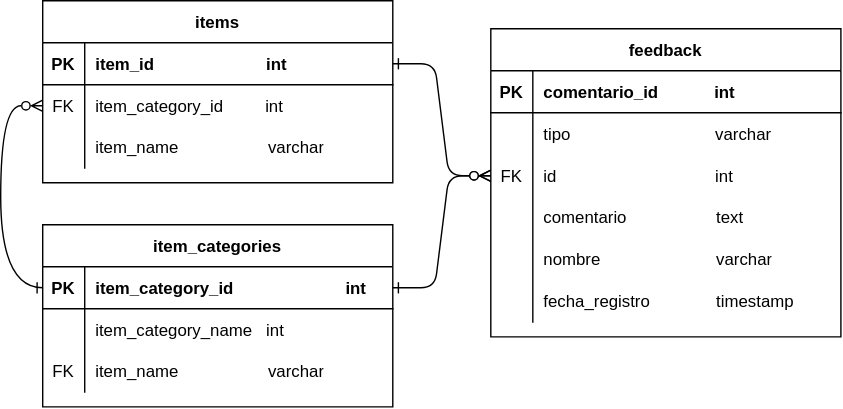
Earlier version of the draw.io export imgs/feedback-ERD.svg (feli-p/sales-predictions-1c). Source tidied: cells renumbered, new cells last; positions are measured from the earlier drawing's top-left corner, leaving out a move shared by most shapes.
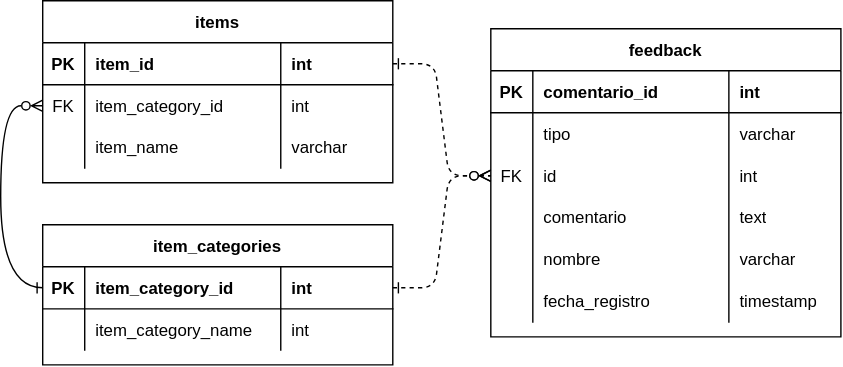
After the change.

The edit, as a diff of the source:
```diff
@@ -2,7 +2,7 @@
   <root>
     <mxCell id="0" />
     <mxCell id="1" parent="0" />
-    <mxCell id="2" style="edgeStyle=entityRelationEdgeStyle;endArrow=ERzeroToMany;startArrow=ERone;endFill=1;startFill=0;entryX=0;entryY=0.5;entryDx=0;entryDy=0;" parent="1" edge="1" source="23" target="10">
+    <mxCell id="2" style="edgeStyle=entityRelationEdgeStyle;endArrow=ERzeroToMany;startArrow=ERone;endFill=1;startFill=0;entryX=0;entryY=0.5;entryDx=0;entryDy=0;dashed=1;" parent="1" edge="1" source="23" target="10">
       <mxGeometry relative="1" as="geometry" />
     </mxCell>
     <mxCell id="3" value="feedback" style="shape=table;startSize=30;rowLines=0;fontStyle=1;align=center;" parent="1" vertex="1">
@@ -14,54 +14,72 @@
     <mxCell id="5" value="PK" style="shape=partialRectangle;overflow=hidden;fillColor=none;top=0;left=0;bottom=0;right=0;fontStyle=1;" parent="4" vertex="1">
       <mxGeometry width="30" height="30" as="geometry" />
     </mxCell>
-    <mxCell id="6" value="comentario_id            int" style="shape=partialRectangle;overflow=hidden;fillColor=none;top=0;left=0;bottom=0;right=0;align=left;spacingLeft=6;fontStyle=1;" parent="4" vertex="1">
-      <mxGeometry x="30" width="220" height="30" as="geometry" />
+    <mxCell id="6" value="comentario_id" style="shape=partialRectangle;overflow=hidden;fillColor=none;top=0;left=0;bottom=0;right=0;align=left;spacingLeft=6;fontStyle=1;" parent="4" vertex="1">
+      <mxGeometry x="30" width="140" height="30" as="geometry" />
     </mxCell>
+    <mxCell id="44" value="int" style="shape=partialRectangle;overflow=hidden;fillColor=none;top=0;left=0;bottom=0;right=0;align=left;spacingLeft=6;fontStyle=1;" parent="4" vertex="1">
+      <mxGeometry x="170" width="80" height="30" as="geometry" />
+    </mxCell>
     <mxCell id="7" style="shape=partialRectangle;fillColor=none;top=0;left=0;right=0;bottom=0;" parent="3" vertex="1">
       <mxGeometry y="60" width="250" height="30" as="geometry" />
     </mxCell>
     <mxCell id="8" style="shape=partialRectangle;overflow=hidden;fillColor=none;top=0;left=0;bottom=0;right=0;" parent="7" vertex="1">
       <mxGeometry width="30" height="30" as="geometry" />
     </mxCell>
-    <mxCell id="9" value="tipo                               varchar" style="shape=partialRectangle;overflow=hidden;fillColor=none;top=0;left=0;bottom=0;right=0;align=left;spacingLeft=6;" parent="7" vertex="1">
-      <mxGeometry x="30" width="220" height="30" as="geometry" />
+    <mxCell id="9" value="tipo" style="shape=partialRectangle;overflow=hidden;fillColor=none;top=0;left=0;bottom=0;right=0;align=left;spacingLeft=6;" parent="7" vertex="1">
+      <mxGeometry x="30" width="140" height="30" as="geometry" />
     </mxCell>
+    <mxCell id="45" value="varchar" style="shape=partialRectangle;overflow=hidden;fillColor=none;top=0;left=0;bottom=0;right=0;align=left;spacingLeft=6;" parent="7" vertex="1">
+      <mxGeometry x="170" width="80" height="30" as="geometry" />
+    </mxCell>
     <mxCell id="10" style="shape=partialRectangle;fillColor=none;points=[[0,0.5],[1,0.5]];portConstraint=eastwest;top=0;left=0;right=0;bottom=0;" parent="3" vertex="1">
       <mxGeometry y="90" width="250" height="30" as="geometry" />
     </mxCell>
     <mxCell id="11" value="FK" style="shape=partialRectangle;overflow=hidden;fillColor=none;top=0;left=0;bottom=0;right=0;" parent="10" vertex="1">
       <mxGeometry width="30" height="30" as="geometry" />
     </mxCell>
-    <mxCell id="12" value="id                                  int" style="shape=partialRectangle;overflow=hidden;fillColor=none;top=0;left=0;bottom=0;right=0;align=left;spacingLeft=6;" parent="10" vertex="1">
-      <mxGeometry x="30" width="220" height="30" as="geometry" />
+    <mxCell id="12" value="id" style="shape=partialRectangle;overflow=hidden;fillColor=none;top=0;left=0;bottom=0;right=0;align=left;spacingLeft=6;" parent="10" vertex="1">
+      <mxGeometry x="30" width="140" height="30" as="geometry" />
     </mxCell>
+    <mxCell id="46" value="int" style="shape=partialRectangle;overflow=hidden;fillColor=none;top=0;left=0;bottom=0;right=0;align=left;spacingLeft=6;" parent="10" vertex="1">
+      <mxGeometry x="170" width="80" height="30" as="geometry" />
+    </mxCell>
     <mxCell id="13" style="shape=tableRow;horizontal=0;startSize=0;swimlaneHead=0;swimlaneBody=0;fillColor=none;top=0;left=0;right=0;bottom=0;strokeColor=default;align=center;verticalAlign=middle;fontFamily=Helvetica;fontSize=12;fontColor=default;fontStyle=1;" parent="3" vertex="1">
       <mxGeometry y="120" width="250" height="30" as="geometry" />
     </mxCell>
     <mxCell id="14" style="shape=partialRectangle;fillColor=none;top=0;left=0;bottom=0;right=0;fontStyle=0;overflow=hidden;whiteSpace=wrap;html=1;strokeColor=default;align=center;verticalAlign=middle;fontFamily=Helvetica;fontSize=12;fontColor=default;" parent="13" vertex="1">
       <mxGeometry width="30" height="30" as="geometry" />
     </mxCell>
-    <mxCell id="15" value="comentario&lt;span style=&quot;white-space: pre;&quot;&gt;&#9;&lt;span style=&quot;white-space: pre;&quot;&gt;&#9;&lt;/span&gt; &lt;/span&gt;&amp;nbsp; &amp;nbsp; text" style="shape=partialRectangle;fillColor=none;top=0;left=0;bottom=0;right=0;align=left;spacingLeft=6;fontStyle=0;overflow=hidden;whiteSpace=wrap;html=1;strokeColor=default;verticalAlign=middle;fontFamily=Helvetica;fontSize=12;fontColor=default;" parent="13" vertex="1">
-      <mxGeometry x="30" width="220" height="30" as="geometry" />
+    <mxCell id="15" value="comentario" style="shape=partialRectangle;fillColor=none;top=0;left=0;bottom=0;right=0;align=left;spacingLeft=6;fontStyle=0;overflow=hidden;whiteSpace=wrap;html=1;strokeColor=default;verticalAlign=middle;fontFamily=Helvetica;fontSize=12;fontColor=default;" parent="13" vertex="1">
+      <mxGeometry x="30" width="140" height="30" as="geometry" />
     </mxCell>
+    <mxCell id="47" value="text" style="shape=partialRectangle;fillColor=none;top=0;left=0;bottom=0;right=0;align=left;spacingLeft=6;fontStyle=0;overflow=hidden;whiteSpace=wrap;html=1;strokeColor=default;verticalAlign=middle;fontFamily=Helvetica;fontSize=12;fontColor=default;" parent="13" vertex="1">
+      <mxGeometry x="170" width="80" height="30" as="geometry" />
+    </mxCell>
     <mxCell id="16" style="shape=tableRow;horizontal=0;startSize=0;swimlaneHead=0;swimlaneBody=0;fillColor=none;top=0;left=0;right=0;bottom=0;strokeColor=default;align=center;verticalAlign=middle;fontFamily=Helvetica;fontSize=12;fontColor=default;fontStyle=1;" parent="3" vertex="1">
       <mxGeometry y="150" width="250" height="30" as="geometry" />
     </mxCell>
     <mxCell id="17" style="shape=partialRectangle;fillColor=none;top=0;left=0;bottom=0;right=0;fontStyle=0;overflow=hidden;whiteSpace=wrap;html=1;strokeColor=default;align=center;verticalAlign=middle;fontFamily=Helvetica;fontSize=12;fontColor=default;" parent="16" vertex="1">
       <mxGeometry width="30" height="30" as="geometry" />
     </mxCell>
-    <mxCell id="18" value="nombre&amp;nbsp; &amp;nbsp; &amp;nbsp;&amp;nbsp;&lt;span style=&quot;white-space: pre;&quot;&gt;&#9;&lt;/span&gt;&lt;span style=&quot;white-space: pre;&quot;&gt;&#9;&lt;/span&gt;&amp;nbsp; &amp;nbsp; &amp;nbsp;varchar" style="shape=partialRectangle;fillColor=none;top=0;left=0;bottom=0;right=0;align=left;spacingLeft=6;fontStyle=0;overflow=hidden;whiteSpace=wrap;html=1;strokeColor=default;verticalAlign=middle;fontFamily=Helvetica;fontSize=12;fontColor=default;" parent="16" vertex="1">
-      <mxGeometry x="30" width="220" height="30" as="geometry" />
+    <mxCell id="18" value="nombre" style="shape=partialRectangle;fillColor=none;top=0;left=0;bottom=0;right=0;align=left;spacingLeft=6;fontStyle=0;overflow=hidden;whiteSpace=wrap;html=1;strokeColor=default;verticalAlign=middle;fontFamily=Helvetica;fontSize=12;fontColor=default;" parent="16" vertex="1">
+      <mxGeometry x="30" width="140" height="30" as="geometry" />
     </mxCell>
+    <mxCell id="48" value="varchar" style="shape=partialRectangle;fillColor=none;top=0;left=0;bottom=0;right=0;align=left;spacingLeft=6;fontStyle=0;overflow=hidden;whiteSpace=wrap;html=1;strokeColor=default;verticalAlign=middle;fontFamily=Helvetica;fontSize=12;fontColor=default;" parent="16" vertex="1">
+      <mxGeometry x="170" width="80" height="30" as="geometry" />
+    </mxCell>
     <mxCell id="19" style="shape=tableRow;horizontal=0;startSize=0;swimlaneHead=0;swimlaneBody=0;fillColor=none;top=0;left=0;right=0;bottom=0;strokeColor=default;align=center;verticalAlign=middle;fontFamily=Helvetica;fontSize=12;fontColor=default;fontStyle=1;" parent="3" vertex="1">
       <mxGeometry y="180" width="250" height="30" as="geometry" />
     </mxCell>
     <mxCell id="20" style="shape=partialRectangle;fillColor=none;top=0;left=0;bottom=0;right=0;fontStyle=0;overflow=hidden;whiteSpace=wrap;html=1;strokeColor=default;align=center;verticalAlign=middle;fontFamily=Helvetica;fontSize=12;fontColor=default;" parent="19" vertex="1">
       <mxGeometry width="30" height="30" as="geometry" />
     </mxCell>
-    <mxCell id="21" value="fecha_registro&lt;span style=&quot;white-space: pre;&quot;&gt;&#9;&lt;span style=&quot;white-space: pre;&quot;&gt;&#9;&lt;/span&gt;     timestamp&lt;/span&gt;" style="shape=partialRectangle;fillColor=none;top=0;left=0;bottom=0;right=0;align=left;spacingLeft=6;fontStyle=0;overflow=hidden;whiteSpace=wrap;html=1;strokeColor=default;verticalAlign=middle;fontFamily=Helvetica;fontSize=12;fontColor=default;" parent="19" vertex="1">
-      <mxGeometry x="30" width="220" height="30" as="geometry" />
+    <mxCell id="21" value="fecha_registro" style="shape=partialRectangle;fillColor=none;top=0;left=0;bottom=0;right=0;align=left;spacingLeft=6;fontStyle=0;overflow=hidden;whiteSpace=wrap;html=1;strokeColor=default;verticalAlign=middle;fontFamily=Helvetica;fontSize=12;fontColor=default;" parent="19" vertex="1">
+      <mxGeometry x="30" width="140" height="30" as="geometry" />
     </mxCell>
+    <mxCell id="49" value="timestamp" style="shape=partialRectangle;fillColor=none;top=0;left=0;bottom=0;right=0;align=left;spacingLeft=6;fontStyle=0;overflow=hidden;whiteSpace=wrap;html=1;strokeColor=default;verticalAlign=middle;fontFamily=Helvetica;fontSize=12;fontColor=default;" parent="19" vertex="1">
+      <mxGeometry x="170" width="80" height="30" as="geometry" />
+    </mxCell>
     <mxCell id="22" value="items" style="shape=table;startSize=30;rowLines=0;fontStyle=1;align=center;" parent="1" vertex="1">
       <mxGeometry x="30" width="250" height="130" as="geometry" />
     </mxCell>
@@ -71,29 +89,38 @@
     <mxCell id="24" value="PK" style="shape=partialRectangle;overflow=hidden;fillColor=none;top=0;left=0;bottom=0;right=0;fontStyle=1;" parent="23" vertex="1">
       <mxGeometry width="30" height="30" as="geometry" />
     </mxCell>
-    <mxCell id="25" value="item_id                        int" style="shape=partialRectangle;overflow=hidden;fillColor=none;top=0;left=0;bottom=0;right=0;align=left;spacingLeft=6;fontStyle=1;" parent="23" vertex="1">
-      <mxGeometry x="30" width="220" height="30" as="geometry" />
+    <mxCell id="25" value="item_id" style="shape=partialRectangle;overflow=hidden;fillColor=none;top=0;left=0;bottom=0;right=0;align=left;spacingLeft=6;fontStyle=1;" parent="23" vertex="1">
+      <mxGeometry x="30" width="140" height="30" as="geometry" />
     </mxCell>
+    <mxCell id="50" value="int" style="shape=partialRectangle;overflow=hidden;fillColor=none;top=0;left=0;bottom=0;right=0;align=left;spacingLeft=6;fontStyle=1;" parent="23" vertex="1">
+      <mxGeometry x="170" width="80" height="30" as="geometry" />
+    </mxCell>
     <mxCell id="26" style="shape=partialRectangle;fillColor=none;points=[[0,0.5],[1,0.5]];portConstraint=eastwest;top=0;left=0;right=0;bottom=0;" parent="22" vertex="1">
       <mxGeometry y="60" width="250" height="30" as="geometry" />
     </mxCell>
     <mxCell id="27" value="FK" style="shape=partialRectangle;overflow=hidden;fillColor=none;top=0;left=0;bottom=0;right=0;" parent="26" vertex="1">
       <mxGeometry width="30" height="30" as="geometry" />
     </mxCell>
-    <mxCell id="28" value="item_category_id         int" style="shape=partialRectangle;overflow=hidden;fillColor=none;top=0;left=0;bottom=0;right=0;align=left;spacingLeft=6;" parent="26" vertex="1">
-      <mxGeometry x="30" width="220" height="30" as="geometry" />
+    <mxCell id="28" value="item_category_id" style="shape=partialRectangle;overflow=hidden;fillColor=none;top=0;left=0;bottom=0;right=0;align=left;spacingLeft=6;" parent="26" vertex="1">
+      <mxGeometry x="30" width="140" height="30" as="geometry" />
     </mxCell>
+    <mxCell id="51" value="int" style="shape=partialRectangle;overflow=hidden;fillColor=none;top=0;left=0;bottom=0;right=0;align=left;spacingLeft=6;" parent="26" vertex="1">
+      <mxGeometry x="170" width="80" height="30" as="geometry" />
+    </mxCell>
     <mxCell id="29" style="shape=tableRow;horizontal=0;startSize=0;swimlaneHead=0;swimlaneBody=0;fillColor=none;top=0;left=0;right=0;bottom=0;strokeColor=default;align=center;verticalAlign=middle;fontFamily=Helvetica;fontSize=12;fontColor=default;fontStyle=1;" parent="22" vertex="1">
       <mxGeometry y="90" width="250" height="30" as="geometry" />
     </mxCell>
     <mxCell id="30" style="shape=partialRectangle;fillColor=none;top=0;left=0;bottom=0;right=0;fontStyle=0;overflow=hidden;whiteSpace=wrap;html=1;strokeColor=default;align=center;verticalAlign=middle;fontFamily=Helvetica;fontSize=12;fontColor=default;" parent="29" vertex="1">
       <mxGeometry width="30" height="30" as="geometry" />
     </mxCell>
-    <mxCell id="31" value="item_name&lt;span style=&quot;white-space: pre;&quot;&gt;&#9;&lt;span style=&quot;white-space: pre;&quot;&gt;&#9;&lt;/span&gt;     varchar&lt;/span&gt;" style="shape=partialRectangle;fillColor=none;top=0;left=0;bottom=0;right=0;align=left;spacingLeft=6;fontStyle=0;overflow=hidden;whiteSpace=wrap;html=1;strokeColor=default;verticalAlign=middle;fontFamily=Helvetica;fontSize=12;fontColor=default;" parent="29" vertex="1">
-      <mxGeometry x="30" width="220" height="30" as="geometry" />
+    <mxCell id="31" value="item_name" style="shape=partialRectangle;fillColor=none;top=0;left=0;bottom=0;right=0;align=left;spacingLeft=6;fontStyle=0;overflow=hidden;whiteSpace=wrap;html=1;strokeColor=default;verticalAlign=middle;fontFamily=Helvetica;fontSize=12;fontColor=default;" parent="29" vertex="1">
+      <mxGeometry x="30" width="140" height="30" as="geometry" />
     </mxCell>
+    <mxCell id="52" value="varchar" style="shape=partialRectangle;fillColor=none;top=0;left=0;bottom=0;right=0;align=left;spacingLeft=6;fontStyle=0;overflow=hidden;whiteSpace=wrap;html=1;strokeColor=default;verticalAlign=middle;fontFamily=Helvetica;fontSize=12;fontColor=default;" parent="29" vertex="1">
+      <mxGeometry x="170" width="80" height="30" as="geometry" />
+    </mxCell>
     <mxCell id="32" value="item_categories" style="shape=table;startSize=30;rowLines=0;fontStyle=1;align=center;" parent="1" vertex="1">
-      <mxGeometry x="30" y="160" width="250" height="130" as="geometry" />
+      <mxGeometry x="30" y="160" width="250" height="100" as="geometry" />
     </mxCell>
     <mxCell id="33" style="shape=partialRectangle;fillColor=none;points=[[0,0.5],[1,0.5]];portConstraint=eastwest;top=0;left=0;right=0;bottom=1;" parent="32" vertex="1">
       <mxGeometry y="30" width="250" height="30" as="geometry" />
@@ -101,27 +128,24 @@
     <mxCell id="34" value="PK" style="shape=partialRectangle;overflow=hidden;fillColor=none;top=0;left=0;bottom=0;right=0;fontStyle=1;" parent="33" vertex="1">
       <mxGeometry width="30" height="30" as="geometry" />
     </mxCell>
-    <mxCell id="35" value="item_category_id                        int" style="shape=partialRectangle;overflow=hidden;fillColor=none;top=0;left=0;bottom=0;right=0;align=left;spacingLeft=6;fontStyle=1;" parent="33" vertex="1">
-      <mxGeometry x="30" width="220" height="30" as="geometry" />
+    <mxCell id="35" value="item_category_id" style="shape=partialRectangle;overflow=hidden;fillColor=none;top=0;left=0;bottom=0;right=0;align=left;spacingLeft=6;fontStyle=1;" parent="33" vertex="1">
+      <mxGeometry x="30" width="140" height="30" as="geometry" />
     </mxCell>
+    <mxCell id="53" value="int" style="shape=partialRectangle;overflow=hidden;fillColor=none;top=0;left=0;bottom=0;right=0;align=left;spacingLeft=6;fontStyle=1;" parent="33" vertex="1">
+      <mxGeometry x="170" width="80" height="30" as="geometry" />
+    </mxCell>
     <mxCell id="36" style="shape=partialRectangle;fillColor=none;top=0;left=0;right=0;bottom=0;" parent="32" vertex="1">
       <mxGeometry y="60" width="250" height="30" as="geometry" />
     </mxCell>
     <mxCell id="37" style="shape=partialRectangle;overflow=hidden;fillColor=none;top=0;left=0;bottom=0;right=0;" parent="36" vertex="1">
       <mxGeometry width="30" height="30" as="geometry" />
     </mxCell>
-    <mxCell id="38" value="item_category_name   int" style="shape=partialRectangle;overflow=hidden;fillColor=none;top=0;left=0;bottom=0;right=0;align=left;spacingLeft=6;" parent="36" vertex="1">
-      <mxGeometry x="30" width="220" height="30" as="geometry" />
+    <mxCell id="38" value="item_category_name" style="shape=partialRectangle;overflow=hidden;fillColor=none;top=0;left=0;bottom=0;right=0;align=left;spacingLeft=6;" parent="36" vertex="1">
+      <mxGeometry x="30" width="140" height="30" as="geometry" />
     </mxCell>
-    <mxCell id="39" style="shape=tableRow;horizontal=0;startSize=0;swimlaneHead=0;swimlaneBody=0;fillColor=none;top=0;left=0;right=0;bottom=0;strokeColor=default;align=center;verticalAlign=middle;fontFamily=Helvetica;fontSize=12;fontColor=default;fontStyle=1;" parent="32" vertex="1">
-      <mxGeometry y="90" width="250" height="30" as="geometry" />
-    </mxCell>
-    <mxCell id="40" value="FK" style="shape=partialRectangle;fillColor=none;top=0;left=0;bottom=0;right=0;fontStyle=0;overflow=hidden;whiteSpace=wrap;html=1;strokeColor=default;align=center;verticalAlign=middle;fontFamily=Helvetica;fontSize=12;fontColor=default;" parent="39" vertex="1">
-      <mxGeometry width="30" height="30" as="geometry" />
-    </mxCell>
-    <mxCell id="41" value="item_name&lt;span style=&quot;white-space: pre;&quot;&gt;&#9;&lt;span style=&quot;white-space: pre;&quot;&gt;&#9;&lt;/span&gt;     varchar&lt;/span&gt;" style="shape=partialRectangle;fillColor=none;top=0;left=0;bottom=0;right=0;align=left;spacingLeft=6;fontStyle=0;overflow=hidden;whiteSpace=wrap;html=1;strokeColor=default;verticalAlign=middle;fontFamily=Helvetica;fontSize=12;fontColor=default;" parent="39" vertex="1">
-      <mxGeometry x="30" width="220" height="30" as="geometry" />
-    </mxCell>
+    <mxCell id="54" value="int" style="shape=partialRectangle;overflow=hidden;fillColor=none;top=0;left=0;bottom=0;right=0;align=left;spacingLeft=6;" parent="36" vertex="1">
+      <mxGeometry x="170" width="80" height="30" as="geometry" />
+    </mxCell>
     <mxCell id="42" style="edgeStyle=orthogonalEdgeStyle;rounded=0;jettySize=auto;html=1;exitX=0;exitY=0.5;exitDx=0;exitDy=0;entryX=0;entryY=0.5;entryDx=0;entryDy=0;fontFamily=Helvetica;fontSize=12;fontColor=default;fontStyle=1;endArrow=ERone;endFill=0;startArrow=ERzeroToMany;startFill=0;curved=1;" parent="1" edge="1" source="26" target="33">
       <mxGeometry relative="1" as="geometry">
         <Array as="points">
@@ -130,7 +154,7 @@
         </Array>
       </mxGeometry>
     </mxCell>
-    <mxCell id="43" style="edgeStyle=entityRelationEdgeStyle;endArrow=ERzeroToMany;startArrow=ERone;endFill=1;startFill=0;entryX=0;entryY=0.5;entryDx=0;entryDy=0;exitX=1;exitY=0.5;exitDx=0;exitDy=0;" parent="1" edge="1" source="33" target="10">
+    <mxCell id="43" style="edgeStyle=entityRelationEdgeStyle;endArrow=ERzeroToMany;startArrow=ERone;endFill=1;startFill=0;entryX=0;entryY=0.5;entryDx=0;entryDy=0;exitX=1;exitY=0.5;exitDx=0;exitDy=0;dashed=1;" parent="1" edge="1" source="33" target="10">
       <mxGeometry relative="1" as="geometry" />
     </mxCell>
   </root>
```
